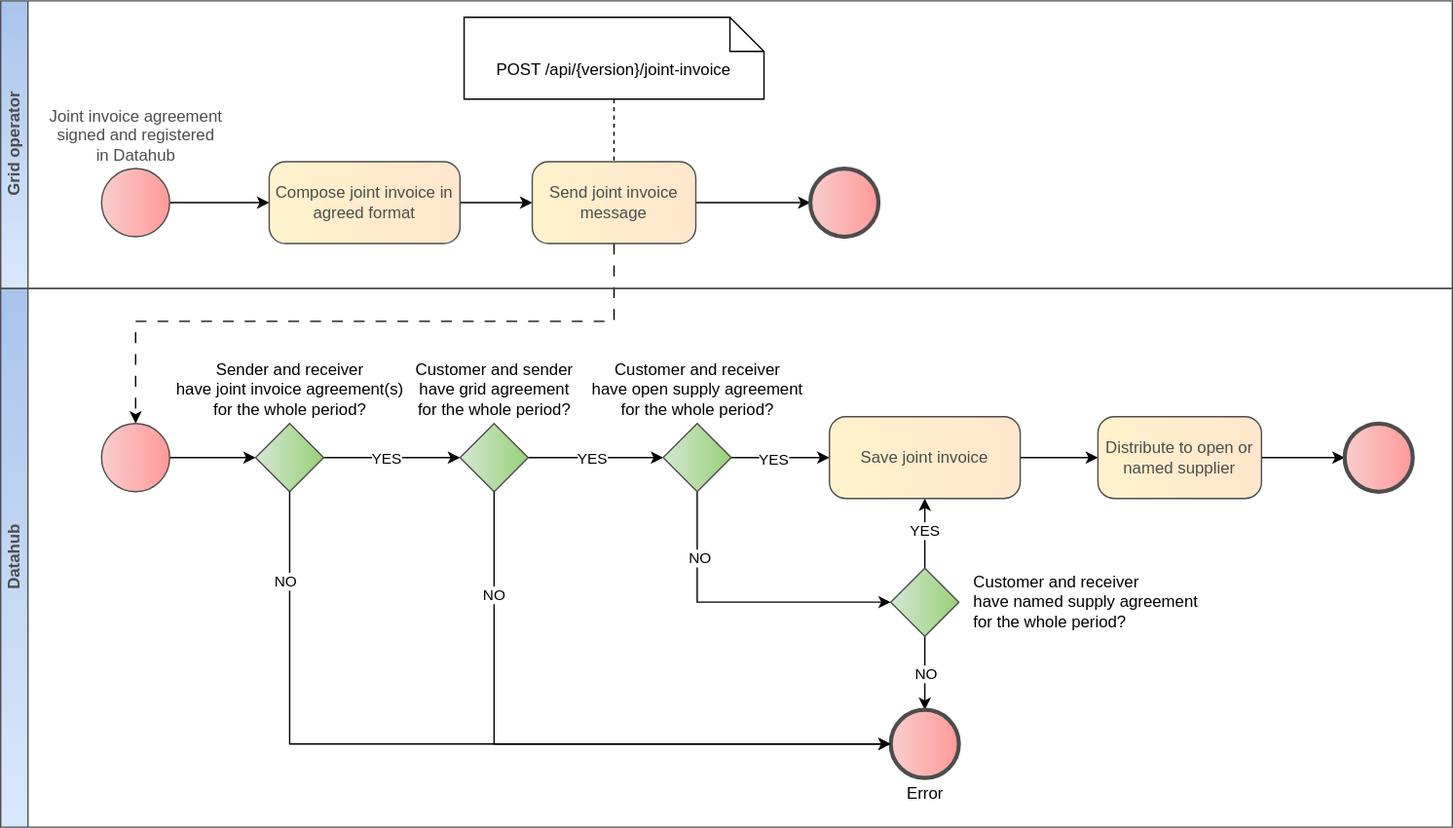
Before: diagrams/joint-invoice/add-joint-invoice.svg, a diagram exported from draw.io (Elering/estfeed-datahub-docs). Source tidied: cells renumbered, new cells last; positions are measured from the earlier drawing's top-left corner, leaving out a move shared by most shapes.
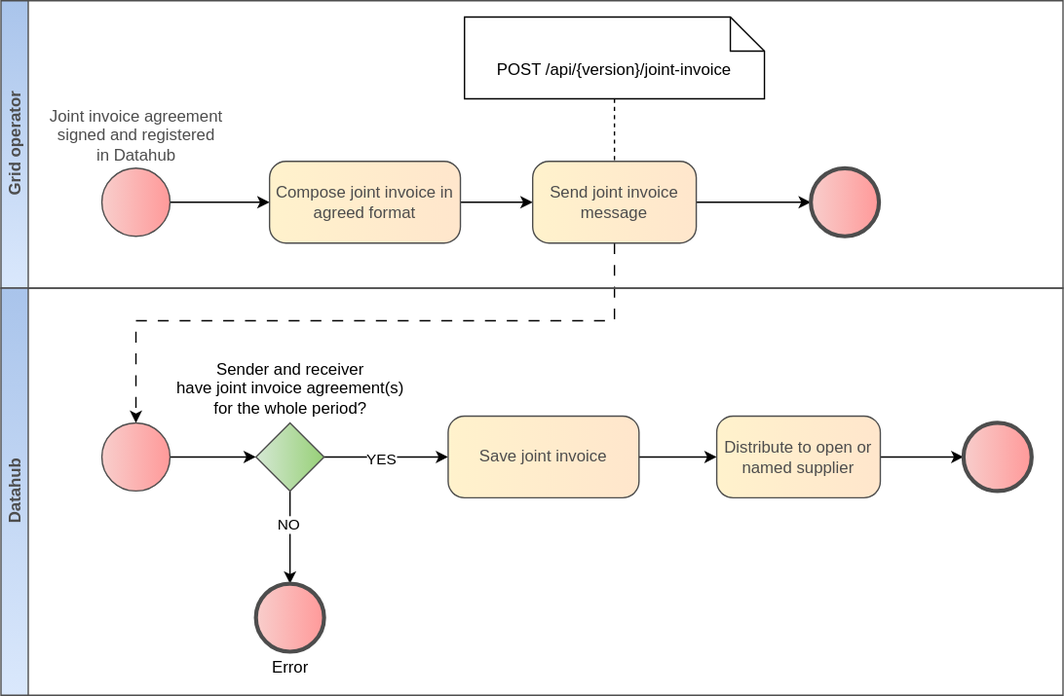
Later version of the same file.

Change to the diagram source:
```diff
@@ -43,7 +43,7 @@
     <mxCell id="13" style="points=[[0.145,0.145,0],[0.5,0,0],[0.855,0.145,0],[1,0.5,0],[0.855,0.855,0],[0.5,1,0],[0.145,0.855,0],[0,0.5,0]];shape=mxgraph.bpmn.event;html=1;verticalLabelPosition=bottom;labelBackgroundColor=#ffffff;verticalAlign=bottom;align=center;perimeter=ellipsePerimeter;outlineConnect=0;outline=standard;symbol=general;fontFamily=Helvetica;fontSize=12;fontColor=#4D4D4D;fillColor=#f8cecc;strokeColor=#4D4D4D;rounded=1;shadow=0;strokeWidth=1;gradientColor=#FF9999;gradientDirection=east;" parent="1" vertex="1">
       <mxGeometry x="74" y="310" width="50" height="50" as="geometry" />
     </mxCell>
-    <mxCell id="14" style="edgeStyle=orthogonalEdgeStyle;rounded=0;jettySize=auto;html=1;" parent="1" edge="1" source="16" target="19">
+    <mxCell id="14" style="edgeStyle=orthogonalEdgeStyle;rounded=0;jettySize=auto;html=1;" parent="1" edge="1" source="16" target="31">
       <mxGeometry relative="1" as="geometry" />
     </mxCell>
     <mxCell id="15" value="YES" style="edgeLabel;html=1;align=center;verticalAlign=middle;" parent="14" vertex="1">
@@ -51,101 +51,38 @@
         <mxPoint y="1" as="offset" />
       </mxGeometry>
     </mxCell>
+    <mxCell id="33" style="edgeStyle=orthogonalEdgeStyle;rounded=0;jettySize=auto;html=1;" parent="1" edge="1" source="16" target="32">
+      <mxGeometry relative="1" as="geometry" />
+    </mxCell>
+    <mxCell id="42" value="NO" style="edgeLabel;html=1;align=center;verticalAlign=middle;" parent="33" vertex="1">
+      <mxGeometry x="-0.28" y="-2" relative="1" as="geometry" />
+    </mxCell>
     <mxCell id="16" value="Sender and receiver&lt;br&gt;have joint invoice agreement(s)&lt;br&gt;for the whole period?" style="points=[[0.25,0.25,0],[0.5,0,0],[0.75,0.25,0],[1,0.5,0],[0.75,0.75,0],[0.5,1,0],[0.25,0.75,0],[0,0.5,0]];shape=mxgraph.bpmn.gateway2;html=1;verticalLabelPosition=top;labelBackgroundColor=#ffffff;verticalAlign=middle;align=center;perimeter=rhombusPerimeter;outlineConnect=0;outline=none;symbol=none;fontFamily=Helvetica;fontSize=12;fontColor=#000000;fillColor=#D5E8D4;strokeColor=#4D4D4D;rounded=0;shadow=0;gradientColor=#97D077;gradientDirection=east;spacing=0;labelPosition=center;" parent="1" vertex="1">
       <mxGeometry x="187" y="310" width="50" height="50" as="geometry" />
     </mxCell>
-    <mxCell id="17" style="edgeStyle=orthogonalEdgeStyle;rounded=0;jettySize=auto;html=1;" parent="1" edge="1" source="19" target="24">
-      <mxGeometry relative="1" as="geometry" />
-    </mxCell>
-    <mxCell id="18" value="YES" style="edgeLabel;html=1;align=center;verticalAlign=middle;" parent="17" vertex="1">
-      <mxGeometry x="-0.06" relative="1" as="geometry">
-        <mxPoint y="1" as="offset" />
-      </mxGeometry>
-    </mxCell>
-    <mxCell id="19" value="Customer and sender&lt;br&gt;have grid agreement&lt;br&gt;for the whole period?" style="points=[[0.25,0.25,0],[0.5,0,0],[0.75,0.25,0],[1,0.5,0],[0.75,0.75,0],[0.5,1,0],[0.25,0.75,0],[0,0.5,0]];shape=mxgraph.bpmn.gateway2;html=1;verticalLabelPosition=top;labelBackgroundColor=#ffffff;verticalAlign=middle;align=center;perimeter=rhombusPerimeter;outlineConnect=0;outline=none;symbol=none;fontFamily=Helvetica;fontSize=12;fontColor=#000000;fillColor=#D5E8D4;strokeColor=#4D4D4D;rounded=0;shadow=0;gradientColor=#97D077;gradientDirection=east;spacing=0;labelPosition=center;" parent="1" vertex="1">
-      <mxGeometry x="337" y="310" width="50" height="50" as="geometry" />
-    </mxCell>
-    <mxCell id="20" style="edgeStyle=orthogonalEdgeStyle;rounded=0;jettySize=auto;html=1;" parent="1" edge="1" source="24" target="31">
-      <mxGeometry relative="1" as="geometry" />
-    </mxCell>
-    <mxCell id="21" value="YES" style="edgeLabel;html=1;align=center;verticalAlign=middle;" parent="20" vertex="1">
-      <mxGeometry x="-0.14" y="-1" relative="1" as="geometry">
-        <mxPoint y="1" as="offset" />
-      </mxGeometry>
-    </mxCell>
-    <mxCell id="22" style="edgeStyle=orthogonalEdgeStyle;rounded=0;jettySize=auto;html=1;" parent="1" edge="1" source="24" target="29">
-      <mxGeometry relative="1" as="geometry">
-        <Array as="points">
-          <mxPoint x="511" y="441" />
-        </Array>
-      </mxGeometry>
-    </mxCell>
-    <mxCell id="23" value="NO" style="edgeLabel;html=1;align=center;verticalAlign=middle;" parent="22" vertex="1">
-      <mxGeometry x="-0.57" y="2" relative="1" as="geometry">
-        <mxPoint y="1" as="offset" />
-      </mxGeometry>
-    </mxCell>
-    <mxCell id="24" value="Customer and receiver&lt;br&gt;have open supply agreement&lt;br&gt;for the whole period?" style="points=[[0.25,0.25,0],[0.5,0,0],[0.75,0.25,0],[1,0.5,0],[0.75,0.75,0],[0.5,1,0],[0.25,0.75,0],[0,0.5,0]];shape=mxgraph.bpmn.gateway2;html=1;verticalLabelPosition=top;labelBackgroundColor=#ffffff;verticalAlign=middle;align=center;perimeter=rhombusPerimeter;outlineConnect=0;outline=none;symbol=none;fontFamily=Helvetica;fontSize=12;fontColor=#000000;fillColor=#D5E8D4;strokeColor=#4D4D4D;rounded=0;shadow=0;gradientColor=#97D077;gradientDirection=east;spacing=0;labelPosition=center;" parent="1" vertex="1">
-      <mxGeometry x="486" y="310" width="50" height="50" as="geometry" />
-    </mxCell>
-    <mxCell id="25" style="edgeStyle=orthogonalEdgeStyle;rounded=0;jettySize=auto;html=1;" parent="1" edge="1" source="29" target="31">
-      <mxGeometry relative="1" as="geometry" />
-    </mxCell>
-    <mxCell id="26" value="YES" style="edgeLabel;html=1;align=center;verticalAlign=middle;" parent="25" vertex="1">
-      <mxGeometry x="0.05" relative="1" as="geometry" />
-    </mxCell>
-    <mxCell id="27" style="edgeStyle=orthogonalEdgeStyle;rounded=0;jettySize=auto;html=1;" parent="1" edge="1" source="29" target="32">
-      <mxGeometry relative="1" as="geometry" />
-    </mxCell>
-    <mxCell id="28" value="NO" style="edgeLabel;html=1;align=center;verticalAlign=middle;" parent="27" vertex="1">
-      <mxGeometry y="1" relative="1" as="geometry" />
-    </mxCell>
-    <mxCell id="29" value="Customer and receiver&lt;br style=&quot;border-color: var(--border-color);&quot;&gt;have named supply agreement&lt;br style=&quot;border-color: var(--border-color);&quot;&gt;for the whole period?" style="points=[[0.25,0.25,0],[0.5,0,0],[0.75,0.25,0],[1,0.5,0],[0.75,0.75,0],[0.5,1,0],[0.25,0.75,0],[0,0.5,0]];shape=mxgraph.bpmn.gateway2;html=1;verticalLabelPosition=middle;labelBackgroundColor=#ffffff;verticalAlign=middle;align=left;perimeter=rhombusPerimeter;outlineConnect=0;outline=none;symbol=none;fontFamily=Helvetica;fontSize=12;fontColor=#000000;fillColor=#D5E8D4;strokeColor=#4D4D4D;rounded=0;shadow=0;gradientColor=#97D077;gradientDirection=east;spacing=0;labelPosition=right;spacingLeft=11;" parent="1" vertex="1">
-      <mxGeometry x="653" y="416" width="50" height="50" as="geometry" />
-    </mxCell>
     <mxCell id="30" style="edgeStyle=orthogonalEdgeStyle;rounded=0;jettySize=auto;html=1;" parent="1" edge="1" source="31" target="38">
       <mxGeometry relative="1" as="geometry" />
     </mxCell>
     <mxCell id="31" value="Save joint invoice" style="rounded=1;whiteSpace=wrap;html=1;arcSize=20;fillColor=#fff2cc;strokeColor=#4D4D4D;shadow=0;fontColor=#4D4D4D;gradientColor=#FFE6CC;gradientDirection=east;glass=0;backgroundOutline=0;enumerate=0;labelBackgroundColor=none;labelBorderColor=none;strokeWidth=1;" parent="1" vertex="1">
-      <mxGeometry x="608" y="305" width="140" height="60" as="geometry" />
+      <mxGeometry x="328" y="305" width="140" height="60" as="geometry" />
     </mxCell>
-    <mxCell id="32" value="Error" style="points=[[0.145,0.145,0],[0.5,0,0],[0.855,0.145,0],[1,0.5,0],[0.855,0.855,0],[0.5,1,0],[0.145,0.855,0],[0,0.5,0]];shape=mxgraph.bpmn.event;html=1;verticalLabelPosition=bottom;labelBackgroundColor=#ffffff;verticalAlign=top;align=center;perimeter=ellipsePerimeter;outlineConnect=0;outline=end;symbol=terminate2;fontFamily=Helvetica;fontSize=12;fontColor=#000000;fillColor=#f8cecc;strokeColor=#4D4D4D;rounded=1;shadow=0;strokeWidth=1;gradientColor=#FF9999;gradientDirection=east;spacing=0;spacingTop=0;spacingLeft=0;spacingBottom=0;labelPosition=center;" parent="1" vertex="1">
-      <mxGeometry x="653" y="520" width="50" height="50" as="geometry" />
-    </mxCell>
-    <mxCell id="33" style="edgeStyle=orthogonalEdgeStyle;rounded=0;jettySize=auto;html=1;entryX=0;entryY=0.5;entryDx=0;entryDy=0;entryPerimeter=0;" parent="1" edge="1" source="16" target="32">
-      <mxGeometry relative="1" as="geometry">
-        <Array as="points">
-          <mxPoint x="212" y="545" />
-        </Array>
-      </mxGeometry>
-    </mxCell>
-    <mxCell id="34" value="NO" style="edgeLabel;html=1;align=center;verticalAlign=middle;" parent="33" vertex="1">
-      <mxGeometry x="-0.79" y="-3" relative="1" as="geometry" />
-    </mxCell>
-    <mxCell id="35" style="edgeStyle=orthogonalEdgeStyle;rounded=0;jettySize=auto;html=1;entryX=0;entryY=0.5;entryDx=0;entryDy=0;entryPerimeter=0;" parent="1" edge="1" source="19" target="32">
-      <mxGeometry relative="1" as="geometry">
-        <Array as="points">
-          <mxPoint x="362" y="545" />
-        </Array>
-      </mxGeometry>
-    </mxCell>
-    <mxCell id="36" value="NO" style="edgeLabel;html=1;align=center;verticalAlign=middle;" parent="35" vertex="1">
-      <mxGeometry x="-0.68" relative="1" as="geometry" />
-    </mxCell>
     <mxCell id="37" style="edgeStyle=orthogonalEdgeStyle;rounded=0;jettySize=auto;html=1;" parent="1" edge="1" source="38" target="39">
       <mxGeometry relative="1" as="geometry" />
     </mxCell>
     <mxCell id="38" value="Distribute to open or named supplier" style="whiteSpace=wrap;html=1;fillColor=#fff2cc;strokeColor=#4D4D4D;fontColor=#4D4D4D;rounded=1;arcSize=20;shadow=0;gradientColor=#FFE6CC;gradientDirection=east;glass=0;labelBackgroundColor=none;labelBorderColor=none;strokeWidth=1;" parent="1" vertex="1">
-      <mxGeometry x="805" y="305" width="120" height="60" as="geometry" />
+      <mxGeometry x="525" y="305" width="120" height="60" as="geometry" />
     </mxCell>
     <mxCell id="39" style="points=[[0.145,0.145,0],[0.5,0,0],[0.855,0.145,0],[1,0.5,0],[0.855,0.855,0],[0.5,1,0],[0.145,0.855,0],[0,0.5,0]];shape=mxgraph.bpmn.event;html=1;verticalLabelPosition=top;labelBackgroundColor=#ffffff;verticalAlign=middle;align=center;perimeter=ellipsePerimeter;outlineConnect=0;outline=end;symbol=terminate2;fontFamily=Helvetica;fontSize=12;fontColor=#000000;fillColor=#f8cecc;strokeColor=#4D4D4D;rounded=1;shadow=0;strokeWidth=1;gradientColor=#FF9999;gradientDirection=east;spacing=0;spacingTop=0;spacingLeft=0;spacingBottom=0;labelPosition=center;" parent="1" vertex="1">
-      <mxGeometry x="986" y="310" width="50" height="50" as="geometry" />
+      <mxGeometry x="706" y="310" width="50" height="50" as="geometry" />
     </mxCell>
     <mxCell id="40" value="Grid operator" style="swimlane;html=1;horizontal=0;startSize=20;strokeColor=#4D4D4D;fillColor=#dae8fc;fontColor=#4D4D4D;gradientColor=#A9C4EB;gradientDirection=north;rotation=0;" parent="1" vertex="1">
-      <mxGeometry width="1065" height="211" as="geometry" />
+      <mxGeometry width="779" height="211" as="geometry" />
     </mxCell>
     <mxCell id="41" value="Datahub" style="swimlane;html=1;horizontal=0;startSize=20;strokeColor=#4D4D4D;fillColor=#dae8fc;fontColor=#4D4D4D;gradientColor=#A9C4EB;gradientDirection=north;rotation=0;" parent="1" vertex="1">
-      <mxGeometry y="211" width="1065" height="395" as="geometry" />
+      <mxGeometry y="211" width="779" height="299" as="geometry" />
     </mxCell>
+    <mxCell id="32" value="Error" style="points=[[0.145,0.145,0],[0.5,0,0],[0.855,0.145,0],[1,0.5,0],[0.855,0.855,0],[0.5,1,0],[0.145,0.855,0],[0,0.5,0]];shape=mxgraph.bpmn.event;html=1;verticalLabelPosition=bottom;labelBackgroundColor=#ffffff;verticalAlign=top;align=center;perimeter=ellipsePerimeter;outlineConnect=0;outline=end;symbol=terminate2;fontFamily=Helvetica;fontSize=12;fontColor=#000000;fillColor=#f8cecc;strokeColor=#4D4D4D;rounded=1;shadow=0;strokeWidth=1;gradientColor=#FF9999;gradientDirection=east;spacing=0;spacingTop=0;spacingLeft=0;spacingBottom=0;labelPosition=center;" parent="41" vertex="1">
+      <mxGeometry x="187" y="217" width="50" height="50" as="geometry" />
+    </mxCell>
   </root>
 </mxGraphModel>
```
